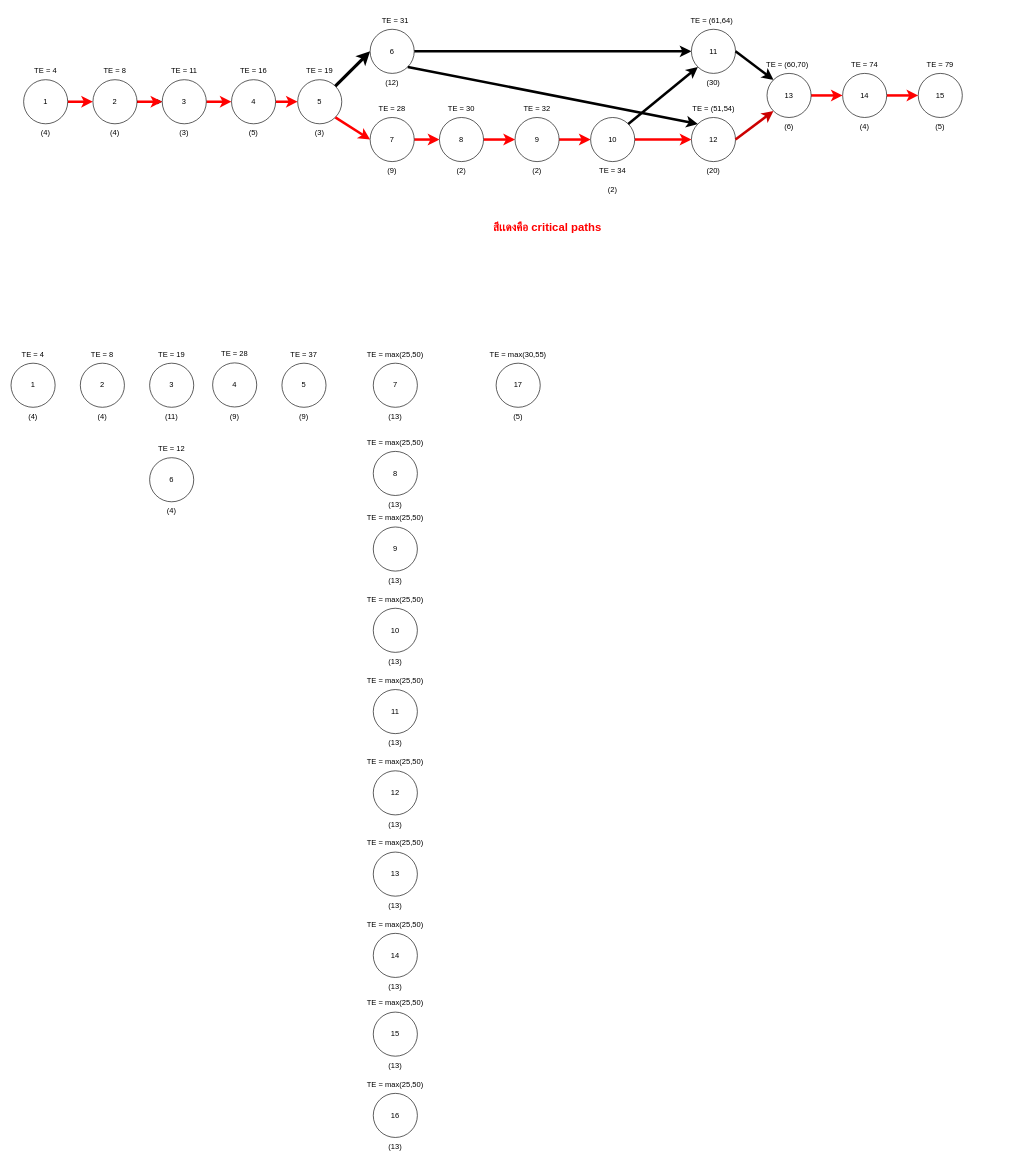
Before: page "Page-6" (8 of 9) of DFD.drawio in jarawin/carcare, a draw.io diagram. Source tidied: cells renumbered, new cells numbered last; positions are measured from the earlier drawing's top-left corner, leaving out a move shared by most shapes. Both pictures are drawn from the tidied source at 63%, with x=0, y=0 at pixel (11, 11).
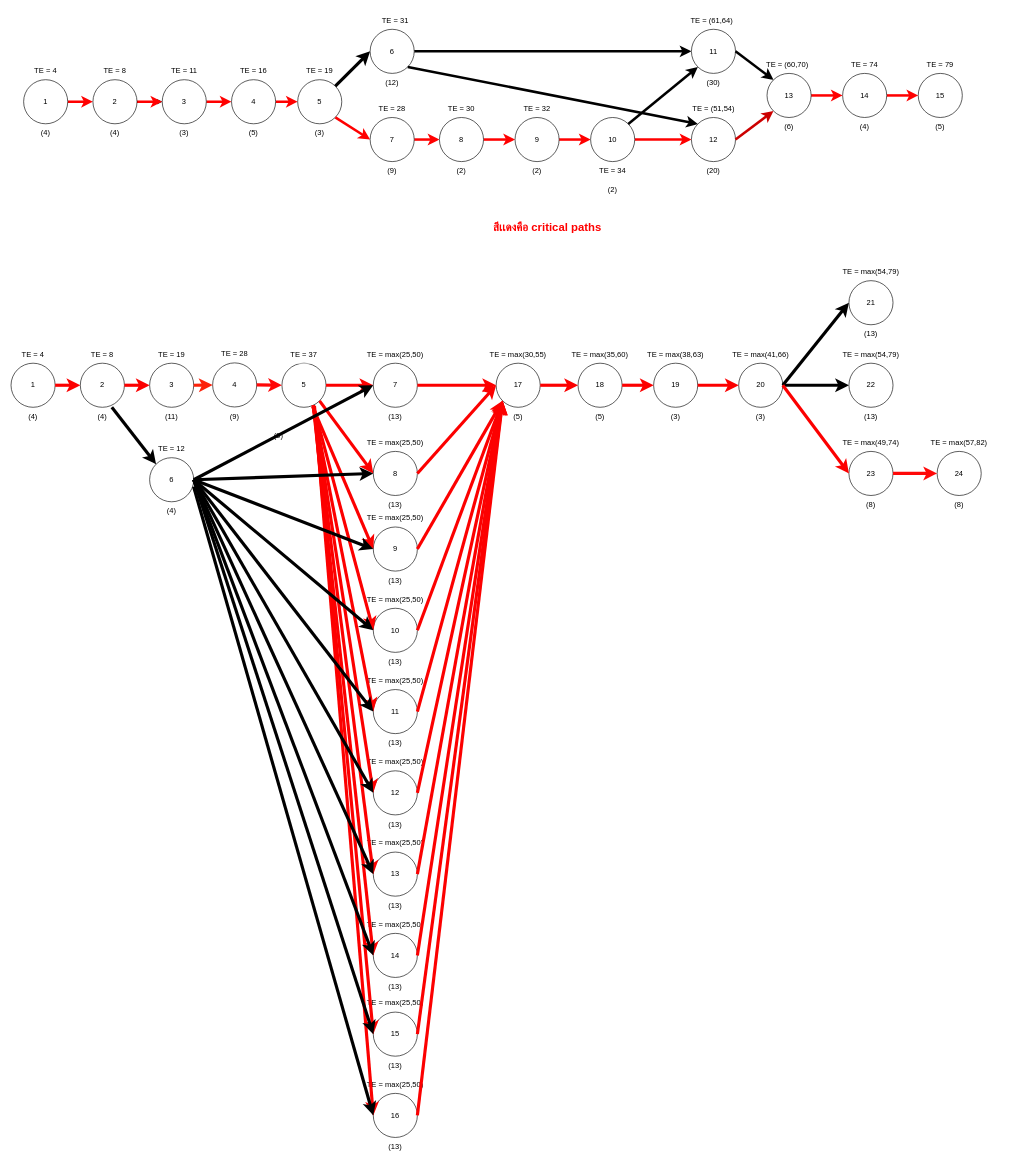
The same page after the edit.

Unchanged cells that the change refers to:
```xml
<mxCell id="66" value="1" style="ellipse;whiteSpace=wrap;html=1;" parent="1" vertex="1">
  <mxGeometry y="559" width="70" height="70" as="geometry" />
</mxCell>
<mxCell id="69" value="2" style="ellipse;whiteSpace=wrap;html=1;" parent="1" vertex="1">
  <mxGeometry x="110" y="559" width="70" height="70" as="geometry" />
</mxCell>
<mxCell id="71" value="(4)" style="text;html=1;strokeColor=none;fillColor=none;align=center;verticalAlign=middle;whiteSpace=wrap;rounded=0;" parent="1" vertex="1">
  <mxGeometry x="115" y="629" width="60" height="30" as="geometry" />
</mxCell>
<mxCell id="72" value="3" style="ellipse;whiteSpace=wrap;html=1;" parent="1" vertex="1">
  <mxGeometry x="220" y="559" width="70" height="70" as="geometry" />
</mxCell>
<mxCell id="75" value="4" style="ellipse;whiteSpace=wrap;html=1;" parent="1" vertex="1">
  <mxGeometry x="320" y="558.5" width="70" height="70" as="geometry" />
</mxCell>
<mxCell id="81" value="6" style="ellipse;whiteSpace=wrap;html=1;" parent="1" vertex="1">
  <mxGeometry x="220" y="709" width="70" height="70" as="geometry" />
</mxCell>
<mxCell id="84" value="7" style="ellipse;whiteSpace=wrap;html=1;" parent="1" vertex="1">
  <mxGeometry x="575" y="559" width="70" height="70" as="geometry" />
</mxCell>
<mxCell id="87" value="8" style="ellipse;whiteSpace=wrap;html=1;" parent="1" vertex="1">
  <mxGeometry x="575" y="699" width="70" height="70" as="geometry" />
</mxCell>
<mxCell id="90" value="9" style="ellipse;whiteSpace=wrap;html=1;" parent="1" vertex="1">
  <mxGeometry x="575" y="819" width="70" height="70" as="geometry" />
</mxCell>
<mxCell id="93" value="10" style="ellipse;whiteSpace=wrap;html=1;" parent="1" vertex="1">
  <mxGeometry x="575" y="948" width="70" height="70" as="geometry" />
</mxCell>
<mxCell id="96" value="11" style="ellipse;whiteSpace=wrap;html=1;" parent="1" vertex="1">
  <mxGeometry x="575" y="1077" width="70" height="70" as="geometry" />
</mxCell>
<mxCell id="99" value="12" style="ellipse;whiteSpace=wrap;html=1;" parent="1" vertex="1">
  <mxGeometry x="575" y="1206" width="70" height="70" as="geometry" />
</mxCell>
<mxCell id="102" value="13" style="ellipse;whiteSpace=wrap;html=1;" parent="1" vertex="1">
  <mxGeometry x="575" y="1335" width="70" height="70" as="geometry" />
</mxCell>
<mxCell id="105" value="14" style="ellipse;whiteSpace=wrap;html=1;" parent="1" vertex="1">
  <mxGeometry x="575" y="1464" width="70" height="70" as="geometry" />
</mxCell>
<mxCell id="108" value="15" style="ellipse;whiteSpace=wrap;html=1;" parent="1" vertex="1">
  <mxGeometry x="575" y="1589" width="70" height="70" as="geometry" />
</mxCell>
<mxCell id="111" value="16" style="ellipse;whiteSpace=wrap;html=1;" parent="1" vertex="1">
  <mxGeometry x="575" y="1718" width="70" height="70" as="geometry" />
</mxCell>
<mxCell id="114" value="17" style="ellipse;whiteSpace=wrap;html=1;" parent="1" vertex="1">
  <mxGeometry x="770" y="559" width="70" height="70" as="geometry" />
</mxCell>
```

What changed in the source:
```diff
@@
-    <mxCell id="78" value="5" style="ellipse;whiteSpace=wrap;html=1;" parent="1" vertex="1">
+    <mxCell id="78" value="5" style="ellipse;whiteSpace=wrap;html=1;strokeColor=#000000;" parent="1" vertex="1">
       <mxGeometry x="430" y="559" width="70" height="70" as="geometry" />
     </mxCell>
-    <mxCell id="79" value="TE = 37" style="text;html=1;strokeColor=none;fillColor=none;align=center;verticalAlign=middle;whiteSpace=wrap;rounded=0;" parent="1" vertex="1">
+    <mxCell id="79" value="TE = 37" style="text;html=1;strokeColor=#FFFFFF;fillColor=none;align=center;verticalAlign=middle;whiteSpace=wrap;rounded=0;" parent="1" vertex="1">
       <mxGeometry x="435" y="530" width="60" height="29" as="geometry" />
     </mxCell>
     <mxCell id="80" value="(9)" style="text;html=1;strokeColor=none;fillColor=none;align=center;verticalAlign=middle;whiteSpace=wrap;rounded=0;" parent="1" vertex="1">
-      <mxGeometry x="435" y="629" width="60" height="30" as="geometry" />
+      <mxGeometry x="395" y="658.5" width="60" height="30" as="geometry" />
     </mxCell>
@@
     <mxCell id="116" value="(5)" style="text;html=1;strokeColor=none;fillColor=none;align=center;verticalAlign=middle;whiteSpace=wrap;rounded=0;" parent="1" vertex="1">
-      <mxGeometry x="775" y="629" width="60" height="30" as="geometry" />
+      <mxGeometry x="775" y="628.5" width="60" height="30" as="geometry" />
     </mxCell>
+    <mxCell id="117" value="18" style="ellipse;whiteSpace=wrap;html=1;" parent="1" vertex="1">
+      <mxGeometry x="900" y="559" width="70" height="70" as="geometry" />
+    </mxCell>
+    <mxCell id="118" value="TE = max(35,60)" style="text;html=1;strokeColor=none;fillColor=none;align=center;verticalAlign=middle;whiteSpace=wrap;rounded=0;" parent="1" vertex="1">
+      <mxGeometry x="860" y="530" width="150" height="29" as="geometry" />
+    </mxCell>
+    <mxCell id="119" value="(5)" style="text;html=1;strokeColor=none;fillColor=none;align=center;verticalAlign=middle;whiteSpace=wrap;rounded=0;" parent="1" vertex="1">
+      <mxGeometry x="905" y="629" width="60" height="30" as="geometry" />
+    </mxCell>
+    <mxCell id="120" value="19" style="ellipse;whiteSpace=wrap;html=1;" parent="1" vertex="1">
+      <mxGeometry x="1020" y="559" width="70" height="70" as="geometry" />
+    </mxCell>
+    <mxCell id="121" value="TE = max(38,63)" style="text;html=1;strokeColor=none;fillColor=none;align=center;verticalAlign=middle;whiteSpace=wrap;rounded=0;" parent="1" vertex="1">
+      <mxGeometry x="980" y="530" width="150" height="29" as="geometry" />
+    </mxCell>
+    <mxCell id="122" value="(3)" style="text;html=1;strokeColor=none;fillColor=none;align=center;verticalAlign=middle;whiteSpace=wrap;rounded=0;" parent="1" vertex="1">
+      <mxGeometry x="1025" y="629" width="60" height="30" as="geometry" />
+    </mxCell>
+    <mxCell id="123" value="20" style="ellipse;whiteSpace=wrap;html=1;" parent="1" vertex="1">
+      <mxGeometry x="1155" y="559" width="70" height="70" as="geometry" />
+    </mxCell>
+    <mxCell id="124" value="TE = max(41,66)" style="text;html=1;strokeColor=none;fillColor=none;align=center;verticalAlign=middle;whiteSpace=wrap;rounded=0;" parent="1" vertex="1">
+      <mxGeometry x="1115" y="530" width="150" height="29" as="geometry" />
+    </mxCell>
+    <mxCell id="125" value="(3)" style="text;html=1;strokeColor=none;fillColor=none;align=center;verticalAlign=middle;whiteSpace=wrap;rounded=0;" parent="1" vertex="1">
+      <mxGeometry x="1160" y="629" width="60" height="30" as="geometry" />
+    </mxCell>
+    <mxCell id="126" value="21" style="ellipse;whiteSpace=wrap;html=1;" parent="1" vertex="1">
+      <mxGeometry x="1330" y="428" width="70" height="70" as="geometry" />
+    </mxCell>
+    <mxCell id="127" value="TE = max(54,79)" style="text;html=1;strokeColor=none;fillColor=none;align=center;verticalAlign=middle;whiteSpace=wrap;rounded=0;" parent="1" vertex="1">
+      <mxGeometry x="1290" y="399" width="150" height="29" as="geometry" />
+    </mxCell>
+    <mxCell id="128" value="(13)" style="text;html=1;strokeColor=none;fillColor=none;align=center;verticalAlign=middle;whiteSpace=wrap;rounded=0;" parent="1" vertex="1">
+      <mxGeometry x="1335" y="498" width="60" height="30" as="geometry" />
+    </mxCell>
+    <mxCell id="129" value="22" style="ellipse;whiteSpace=wrap;html=1;" parent="1" vertex="1">
+      <mxGeometry x="1330" y="559" width="70" height="70" as="geometry" />
+    </mxCell>
+    <mxCell id="130" value="TE = max(54,79)" style="text;html=1;strokeColor=none;fillColor=none;align=center;verticalAlign=middle;whiteSpace=wrap;rounded=0;" parent="1" vertex="1">
+      <mxGeometry x="1290" y="530" width="150" height="29" as="geometry" />
+    </mxCell>
+    <mxCell id="131" value="(13)" style="text;html=1;strokeColor=none;fillColor=none;align=center;verticalAlign=middle;whiteSpace=wrap;rounded=0;" parent="1" vertex="1">
+      <mxGeometry x="1335" y="629" width="60" height="30" as="geometry" />
+    </mxCell>
+    <mxCell id="132" value="23" style="ellipse;whiteSpace=wrap;html=1;" parent="1" vertex="1">
+      <mxGeometry x="1330" y="699" width="70" height="70" as="geometry" />
+    </mxCell>
+    <mxCell id="133" value="TE = max(49,74)" style="text;html=1;strokeColor=none;fillColor=none;align=center;verticalAlign=middle;whiteSpace=wrap;rounded=0;" parent="1" vertex="1">
+      <mxGeometry x="1290" y="670" width="150" height="29" as="geometry" />
+    </mxCell>
+    <mxCell id="134" value="(8)" style="text;html=1;strokeColor=none;fillColor=none;align=center;verticalAlign=middle;whiteSpace=wrap;rounded=0;" parent="1" vertex="1">
+      <mxGeometry x="1335" y="769" width="60" height="30" as="geometry" />
+    </mxCell>
+    <mxCell id="135" value="24" style="ellipse;whiteSpace=wrap;html=1;" parent="1" vertex="1">
+      <mxGeometry x="1470" y="699" width="70" height="70" as="geometry" />
+    </mxCell>
+    <mxCell id="136" value="TE = max(57,82)" style="text;html=1;strokeColor=none;fillColor=none;align=center;verticalAlign=middle;whiteSpace=wrap;rounded=0;" parent="1" vertex="1">
+      <mxGeometry x="1430" y="670" width="150" height="29" as="geometry" />
+    </mxCell>
+    <mxCell id="137" value="(8)" style="text;html=1;strokeColor=none;fillColor=none;align=center;verticalAlign=middle;whiteSpace=wrap;rounded=0;" parent="1" vertex="1">
+      <mxGeometry x="1475" y="769" width="60" height="30" as="geometry" />
+    </mxCell>
+    <mxCell id="138" style="endArrow=classic;html=1;rounded=0;exitX=1;exitY=0.5;exitDx=0;exitDy=0;entryX=0;entryY=0.5;entryDx=0;entryDy=0;strokeWidth=5;strokeColor=#FC0000;" parent="1" edge="1" source="66" target="69">
+      <mxGeometry relative="1" as="geometry" />
+    </mxCell>
+    <mxCell id="139" style="endArrow=classic;html=1;rounded=0;exitX=1;exitY=0.5;exitDx=0;exitDy=0;entryX=0;entryY=0.5;entryDx=0;entryDy=0;strokeWidth=5;strokeColor=#FC0000;" parent="1" edge="1" source="69" target="72">
+      <mxGeometry relative="1" as="geometry" />
+    </mxCell>
+    <mxCell id="140" style="endArrow=classic;html=1;rounded=0;exitX=1;exitY=0.5;exitDx=0;exitDy=0;entryX=0;entryY=0.5;entryDx=0;entryDy=0;strokeWidth=5;strokeColor=#FC220A;" parent="1" edge="1" source="72" target="75">
+      <mxGeometry relative="1" as="geometry" />
+    </mxCell>
+    <mxCell id="141" style="endArrow=classic;html=1;rounded=0;exitX=1;exitY=0.5;exitDx=0;exitDy=0;entryX=0;entryY=0.5;entryDx=0;entryDy=0;strokeWidth=5;strokeColor=#FF0808;" parent="1" edge="1" source="75" target="78">
+      <mxGeometry relative="1" as="geometry" />
+    </mxCell>
+    <mxCell id="142" style="endArrow=classic;html=1;rounded=0;exitX=1;exitY=0.5;exitDx=0;exitDy=0;entryX=0;entryY=0.5;entryDx=0;entryDy=0;strokeWidth=5;strokeColor=#FC0000;" parent="1" edge="1" source="78" target="84">
+      <mxGeometry relative="1" as="geometry" />
+    </mxCell>
+    <mxCell id="143" style="endArrow=classic;html=1;rounded=0;exitX=1;exitY=1;exitDx=0;exitDy=0;entryX=0;entryY=0.5;entryDx=0;entryDy=0;strokeWidth=5;strokeColor=#FC0000;" parent="1" edge="1" source="78" target="87">
+      <mxGeometry relative="1" as="geometry" />
+    </mxCell>
+    <mxCell id="144" style="endArrow=classic;html=1;rounded=0;exitX=0.75;exitY=0;exitDx=0;exitDy=0;entryX=0;entryY=0;entryDx=0;entryDy=0;strokeWidth=5;" parent="1" edge="1" source="71" target="81">
+      <mxGeometry relative="1" as="geometry" />
+    </mxCell>
+    <mxCell id="145" style="endArrow=classic;html=1;rounded=0;exitX=0.697;exitY=0.985;exitDx=0;exitDy=0;entryX=0;entryY=0.5;entryDx=0;entryDy=0;strokeWidth=5;exitPerimeter=0;strokeColor=#FC0000;" parent="1" edge="1" source="78" target="90">
+      <mxGeometry relative="1" as="geometry" />
+    </mxCell>
+    <mxCell id="146" style="endArrow=classic;html=1;rounded=0;exitX=0.712;exitY=0.962;exitDx=0;exitDy=0;entryX=0;entryY=0.5;entryDx=0;entryDy=0;strokeWidth=5;exitPerimeter=0;strokeColor=#FC0000;" parent="1" edge="1" source="78" target="93">
+      <mxGeometry relative="1" as="geometry" />
+    </mxCell>
+    <mxCell id="147" style="endArrow=classic;html=1;rounded=0;exitX=0.704;exitY=0.954;exitDx=0;exitDy=0;entryX=0;entryY=0.5;entryDx=0;entryDy=0;strokeWidth=5;exitPerimeter=0;strokeColor=#FC0000;" parent="1" edge="1" source="78" target="96">
+      <mxGeometry relative="1" as="geometry" />
+    </mxCell>
+    <mxCell id="148" style="endArrow=classic;html=1;rounded=0;exitX=0.712;exitY=0.962;exitDx=0;exitDy=0;entryX=0;entryY=0.5;entryDx=0;entryDy=0;strokeWidth=5;exitPerimeter=0;strokeColor=#FC0000;" parent="1" edge="1" source="78" target="99">
+      <mxGeometry relative="1" as="geometry" />
+    </mxCell>
+    <mxCell id="149" style="endArrow=classic;html=1;rounded=0;exitX=0.713;exitY=0.952;exitDx=0;exitDy=0;entryX=0;entryY=0.5;entryDx=0;entryDy=0;strokeWidth=5;exitPerimeter=0;strokeColor=#FC0000;" parent="1" edge="1" source="78" target="102">
+      <mxGeometry relative="1" as="geometry" />
+    </mxCell>
+    <mxCell id="150" style="endArrow=classic;html=1;rounded=0;entryX=0;entryY=0.5;entryDx=0;entryDy=0;strokeWidth=5;exitX=0.712;exitY=0.982;exitDx=0;exitDy=0;exitPerimeter=0;strokeColor=#FC0000;" parent="1" edge="1" source="78" target="105">
+      <mxGeometry relative="1" as="geometry" />
+    </mxCell>
+    <mxCell id="151" style="endArrow=classic;html=1;rounded=0;entryX=0;entryY=0.5;entryDx=0;entryDy=0;strokeWidth=5;exitX=0.725;exitY=0.969;exitDx=0;exitDy=0;exitPerimeter=0;strokeColor=#FC0000;" parent="1" edge="1" source="78" target="108">
+      <mxGeometry relative="1" as="geometry" />
+    </mxCell>
+    <mxCell id="152" style="endArrow=classic;html=1;rounded=0;entryX=0;entryY=0.5;entryDx=0;entryDy=0;strokeWidth=5;exitX=0.738;exitY=0.969;exitDx=0;exitDy=0;exitPerimeter=0;strokeColor=#FC0000;" parent="1" edge="1" source="78" target="111">
+      <mxGeometry relative="1" as="geometry" />
+    </mxCell>
+    <mxCell id="153" style="endArrow=classic;html=1;rounded=0;exitX=1;exitY=0.5;exitDx=0;exitDy=0;entryX=0;entryY=0.5;entryDx=0;entryDy=0;strokeWidth=5;" parent="1" edge="1" source="81" target="84">
+      <mxGeometry relative="1" as="geometry" />
+    </mxCell>
+    <mxCell id="154" style="endArrow=classic;html=1;rounded=0;exitX=1;exitY=0.5;exitDx=0;exitDy=0;entryX=0;entryY=0.5;entryDx=0;entryDy=0;strokeWidth=5;" parent="1" edge="1" source="81" target="87">
+      <mxGeometry relative="1" as="geometry" />
+    </mxCell>
+    <mxCell id="155" style="endArrow=classic;html=1;rounded=0;exitX=1;exitY=0.5;exitDx=0;exitDy=0;entryX=0;entryY=0.5;entryDx=0;entryDy=0;strokeWidth=5;" parent="1" edge="1" source="81" target="90">
+      <mxGeometry relative="1" as="geometry" />
+    </mxCell>
+    <mxCell id="156" style="endArrow=classic;html=1;rounded=0;exitX=1;exitY=0.5;exitDx=0;exitDy=0;entryX=0;entryY=0.5;entryDx=0;entryDy=0;strokeWidth=5;" parent="1" edge="1" source="81" target="93">
+      <mxGeometry relative="1" as="geometry" />
+    </mxCell>
+    <mxCell id="157" style="endArrow=classic;html=1;rounded=0;exitX=1;exitY=0.5;exitDx=0;exitDy=0;entryX=0;entryY=0.5;entryDx=0;entryDy=0;strokeWidth=5;" parent="1" edge="1" source="81" target="96">
+      <mxGeometry relative="1" as="geometry" />
+    </mxCell>
+    <mxCell id="158" style="endArrow=classic;html=1;rounded=0;exitX=1;exitY=0.5;exitDx=0;exitDy=0;entryX=0;entryY=0.5;entryDx=0;entryDy=0;strokeWidth=5;" parent="1" edge="1" source="81" target="99">
+      <mxGeometry relative="1" as="geometry" />
+    </mxCell>
+    <mxCell id="159" style="endArrow=classic;html=1;rounded=0;exitX=1;exitY=0.5;exitDx=0;exitDy=0;entryX=0;entryY=0.5;entryDx=0;entryDy=0;strokeWidth=5;" parent="1" edge="1" source="81" target="102">
+      <mxGeometry relative="1" as="geometry" />
+    </mxCell>
+    <mxCell id="160" style="endArrow=classic;html=1;rounded=0;exitX=1;exitY=0.5;exitDx=0;exitDy=0;entryX=0;entryY=0.5;entryDx=0;entryDy=0;strokeWidth=5;" parent="1" edge="1" source="81" target="105">
+      <mxGeometry relative="1" as="geometry" />
+    </mxCell>
+    <mxCell id="161" style="endArrow=classic;html=1;rounded=0;exitX=1;exitY=0.5;exitDx=0;exitDy=0;entryX=0;entryY=0.5;entryDx=0;entryDy=0;strokeWidth=5;" parent="1" edge="1" source="81" target="108">
+      <mxGeometry relative="1" as="geometry" />
+    </mxCell>
+    <mxCell id="162" style="endArrow=classic;html=1;rounded=0;entryX=0;entryY=0.5;entryDx=0;entryDy=0;strokeWidth=5;exitX=0.997;exitY=0.656;exitDx=0;exitDy=0;exitPerimeter=0;" parent="1" edge="1" source="81" target="111">
+      <mxGeometry relative="1" as="geometry" />
+    </mxCell>
+    <mxCell id="163" style="endArrow=classic;html=1;rounded=0;exitX=1;exitY=0.5;exitDx=0;exitDy=0;entryX=0;entryY=0.5;entryDx=0;entryDy=0;strokeWidth=5;strokeColor=#FC0000;" parent="1" edge="1" source="84" target="114">
+      <mxGeometry relative="1" as="geometry" />
+    </mxCell>
+    <mxCell id="164" style="endArrow=classic;html=1;rounded=0;exitX=1;exitY=0.5;exitDx=0;exitDy=0;entryX=0;entryY=0.5;entryDx=0;entryDy=0;strokeWidth=5;strokeColor=#FC0000;" parent="1" edge="1" source="87" target="114">
+      <mxGeometry relative="1" as="geometry" />
+    </mxCell>
+    <mxCell id="165" style="endArrow=classic;html=1;rounded=0;exitX=1;exitY=0.5;exitDx=0;exitDy=0;entryX=0;entryY=1;entryDx=0;entryDy=0;strokeWidth=5;strokeColor=#FC0000;" parent="1" edge="1" source="90" target="114">
+      <mxGeometry relative="1" as="geometry" />
+    </mxCell>
+    <mxCell id="166" style="endArrow=classic;html=1;rounded=0;exitX=1;exitY=0.5;exitDx=0;exitDy=0;entryX=0;entryY=1;entryDx=0;entryDy=0;strokeWidth=5;strokeColor=#FC0000;" parent="1" edge="1" source="93" target="114">
+      <mxGeometry relative="1" as="geometry" />
+    </mxCell>
+    <mxCell id="167" style="endArrow=classic;html=1;rounded=0;exitX=1;exitY=0.5;exitDx=0;exitDy=0;entryX=0;entryY=1;entryDx=0;entryDy=0;strokeWidth=5;strokeColor=#FC0000;" parent="1" edge="1" source="96" target="114">
+      <mxGeometry relative="1" as="geometry" />
+    </mxCell>
+    <mxCell id="168" style="endArrow=classic;html=1;rounded=0;exitX=1;exitY=0.5;exitDx=0;exitDy=0;entryX=0;entryY=1;entryDx=0;entryDy=0;strokeWidth=5;strokeColor=#FC0000;" parent="1" edge="1" source="99" target="114">
+      <mxGeometry relative="1" as="geometry" />
+    </mxCell>
+    <mxCell id="169" style="endArrow=classic;html=1;rounded=0;exitX=1;exitY=0.5;exitDx=0;exitDy=0;entryX=0;entryY=1;entryDx=0;entryDy=0;strokeWidth=5;strokeColor=#FC0000;" parent="1" edge="1" source="102" target="114">
+      <mxGeometry relative="1" as="geometry" />
+    </mxCell>
+    <mxCell id="170" style="endArrow=classic;html=1;rounded=0;exitX=1;exitY=0.5;exitDx=0;exitDy=0;entryX=0;entryY=1;entryDx=0;entryDy=0;strokeWidth=5;strokeColor=#FC0000;" parent="1" edge="1" source="105" target="114">
+      <mxGeometry relative="1" as="geometry" />
+    </mxCell>
+    <mxCell id="171" style="endArrow=classic;html=1;rounded=0;exitX=1;exitY=0.5;exitDx=0;exitDy=0;entryX=0;entryY=1;entryDx=0;entryDy=0;strokeWidth=5;strokeColor=#FC0000;" parent="1" edge="1" source="108" target="114">
+      <mxGeometry relative="1" as="geometry" />
+    </mxCell>
+    <mxCell id="172" style="endArrow=classic;html=1;rounded=0;exitX=1;exitY=0.5;exitDx=0;exitDy=0;entryX=0;entryY=1;entryDx=0;entryDy=0;strokeWidth=5;strokeColor=#FC0000;" parent="1" edge="1" source="111" target="114">
+      <mxGeometry relative="1" as="geometry" />
+    </mxCell>
+    <mxCell id="173" style="endArrow=classic;html=1;rounded=0;exitX=1;exitY=0.5;exitDx=0;exitDy=0;entryX=0;entryY=0.5;entryDx=0;entryDy=0;strokeWidth=5;strokeColor=#FC0000;" parent="1" edge="1" source="114" target="117">
+      <mxGeometry relative="1" as="geometry" />
+    </mxCell>
+    <mxCell id="174" style="endArrow=classic;html=1;rounded=0;exitX=1;exitY=0.5;exitDx=0;exitDy=0;entryX=0;entryY=0.5;entryDx=0;entryDy=0;strokeWidth=5;strokeColor=#FC0000;" parent="1" edge="1" source="117" target="120">
+      <mxGeometry relative="1" as="geometry" />
+    </mxCell>
+    <mxCell id="175" style="endArrow=classic;html=1;rounded=0;exitX=1;exitY=0.5;exitDx=0;exitDy=0;entryX=0;entryY=0.5;entryDx=0;entryDy=0;strokeWidth=5;strokeColor=#FC0000;" parent="1" edge="1" source="120" target="123">
+      <mxGeometry relative="1" as="geometry" />
+    </mxCell>
+    <mxCell id="176" style="endArrow=classic;html=1;rounded=0;exitX=1;exitY=0.5;exitDx=0;exitDy=0;entryX=0;entryY=0.5;entryDx=0;entryDy=0;strokeWidth=5;" parent="1" edge="1" source="123" target="126">
+      <mxGeometry relative="1" as="geometry" />
+    </mxCell>
+    <mxCell id="177" style="endArrow=classic;html=1;rounded=0;exitX=1;exitY=0.5;exitDx=0;exitDy=0;entryX=0;entryY=0.5;entryDx=0;entryDy=0;strokeWidth=5;" parent="1" edge="1" source="123" target="129">
+      <mxGeometry relative="1" as="geometry" />
+    </mxCell>
+    <mxCell id="178" style="endArrow=classic;html=1;rounded=0;exitX=1;exitY=0.5;exitDx=0;exitDy=0;entryX=0;entryY=0.5;entryDx=0;entryDy=0;strokeWidth=5;strokeColor=#FC0000;" parent="1" edge="1" source="123" target="132">
+      <mxGeometry relative="1" as="geometry" />
+    </mxCell>
+    <mxCell id="179" style="endArrow=classic;html=1;rounded=0;exitX=1;exitY=0.5;exitDx=0;exitDy=0;entryX=0;entryY=0.5;entryDx=0;entryDy=0;strokeWidth=5;fontColor=#FF0808;strokeColor=#FF0808;" parent="1" edge="1" source="132" target="135">
+      <mxGeometry relative="1" as="geometry" />
+    </mxCell>
```
